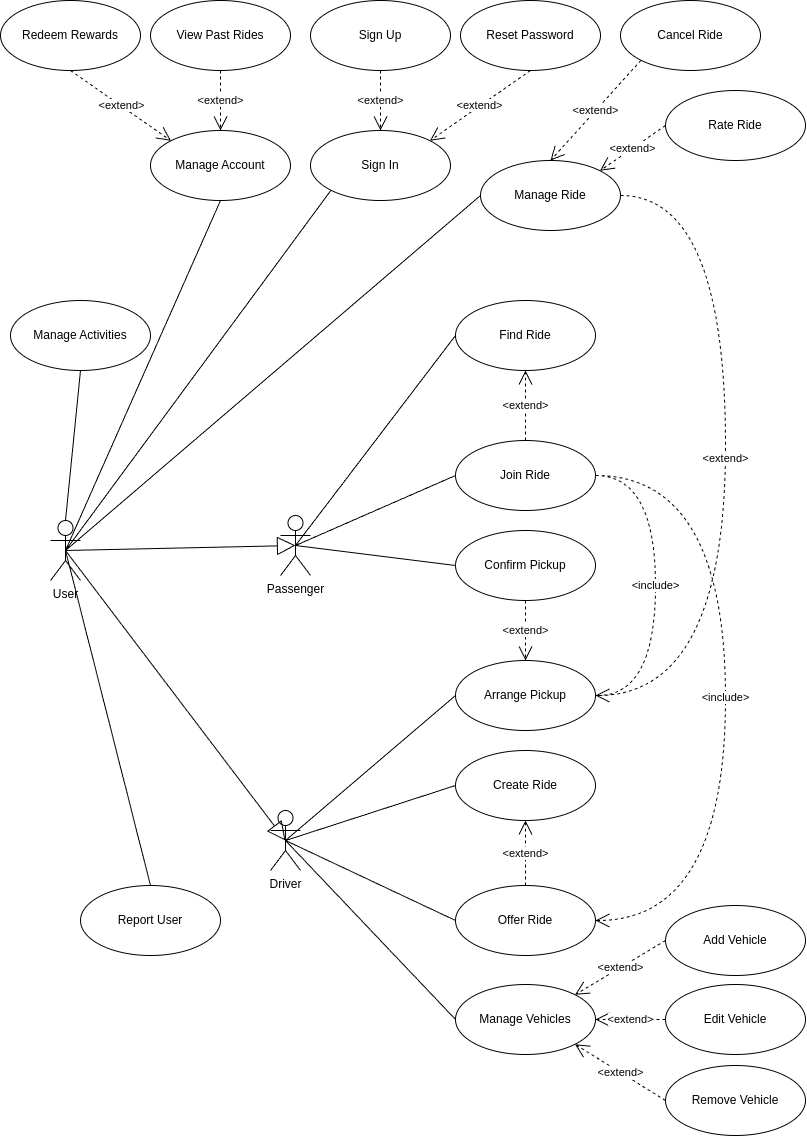
The draw.io diagram TODO/use-cases.drawio.png in YannisRavasopoulos/ProjectSD_S6, before a commit. Source tidied: cells renumbered, new cells last; positions are measured from the earlier drawing's top-left corner, leaving out a move shared by most shapes.
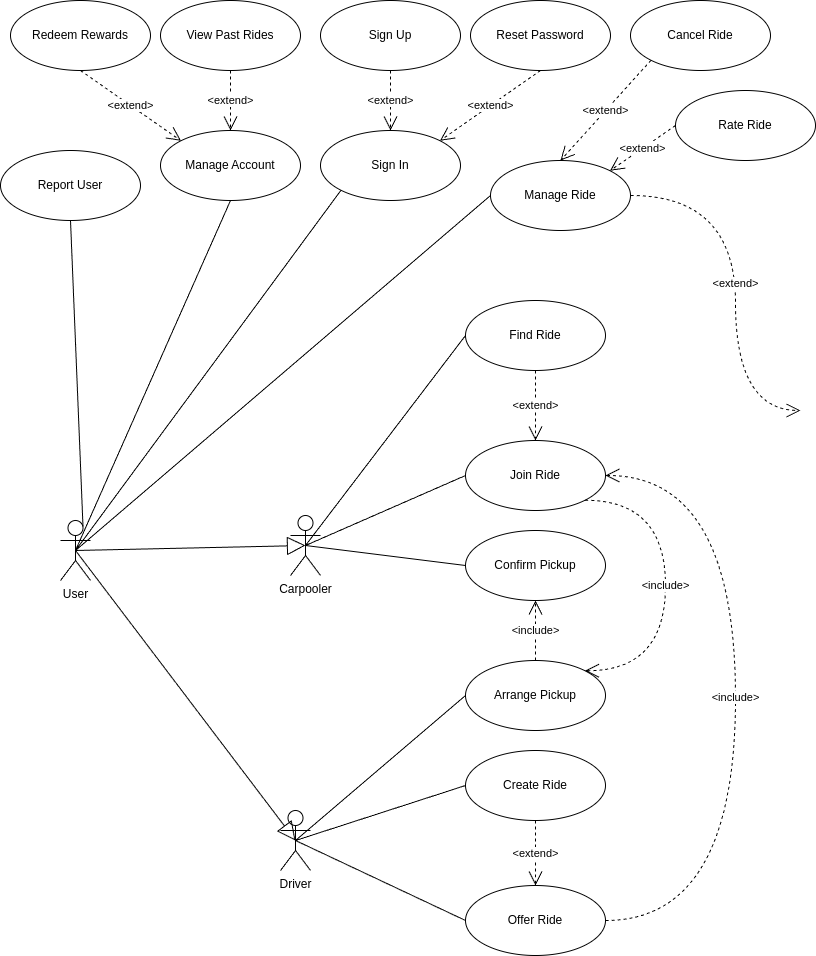
Later version of the same file.

Diff of the diagram source:
```diff
@@ -2,7 +2,7 @@
   <root>
     <mxCell id="0" />
     <mxCell id="1" parent="0" />
-    <mxCell id="2" value="Passenger" style="shape=umlActor;verticalLabelPosition=bottom;verticalAlign=top;html=1;outlineConnect=0;" parent="1" vertex="1">
+    <mxCell id="2" value="Carpooler" style="shape=umlActor;verticalLabelPosition=bottom;verticalAlign=top;html=1;outlineConnect=0;" parent="1" vertex="1">
       <mxGeometry x="280" y="515" width="30" height="60" as="geometry" />
     </mxCell>
     <mxCell id="3" value="Sign In" style="ellipse;whiteSpace=wrap;html=1;" parent="1" vertex="1">
@@ -32,9 +32,6 @@
     <mxCell id="11" value="Offer Ride" style="ellipse;whiteSpace=wrap;html=1;" parent="1" vertex="1">
       <mxGeometry x="455" y="885" width="140" height="70" as="geometry" />
     </mxCell>
-    <mxCell id="12" value="Manage Activities" style="ellipse;whiteSpace=wrap;html=1;" parent="1" vertex="1">
-      <mxGeometry x="10" y="300" width="140" height="70" as="geometry" />
-    </mxCell>
     <mxCell id="13" value="Driver" style="shape=umlActor;verticalLabelPosition=bottom;verticalAlign=top;html=1;outlineConnect=0;" parent="1" vertex="1">
       <mxGeometry x="270" y="810" width="30" height="60" as="geometry" />
     </mxCell>
@@ -68,34 +65,10 @@
     <mxCell id="23" style="endArrow=none;html=1;exitX=0.5;exitY=0.5;exitDx=0;exitDy=0;exitPerimeter=0;entryX=0;entryY=0.5;entryDx=0;entryDy=0;" parent="1" edge="1" source="2" target="35">
       <mxGeometry relative="1" as="geometry" />
     </mxCell>
-    <mxCell id="24" value="&amp;lt;extend&amp;gt;" style="endArrow=open;endSize=12;dashed=1;html=1;entryX=0.5;entryY=1;entryDx=0;entryDy=0;exitX=0.5;exitY=0;exitDx=0;exitDy=0;" parent="1" edge="1" source="35" target="7">
+    <mxCell id="24" value="&amp;lt;extend&amp;gt;" style="endArrow=open;endSize=12;dashed=1;html=1;entryX=0.5;entryY=0;entryDx=0;entryDy=0;exitX=0.5;exitY=1;exitDx=0;exitDy=0;" parent="1" edge="1" source="7" target="35">
       <mxGeometry relative="1" as="geometry" />
     </mxCell>
-    <mxCell id="25" value="Manage Vehicles" style="ellipse;whiteSpace=wrap;html=1;" parent="1" vertex="1">
-      <mxGeometry x="455" y="984" width="140" height="70" as="geometry" />
-    </mxCell>
-    <mxCell id="26" style="endArrow=none;html=1;exitX=0.5;exitY=0.5;exitDx=0;exitDy=0;exitPerimeter=0;entryX=0;entryY=0.5;entryDx=0;entryDy=0;" parent="1" edge="1" source="13" target="25">
-      <mxGeometry relative="1" as="geometry" />
-    </mxCell>
-    <mxCell id="27" value="Add Vehicle" style="ellipse;whiteSpace=wrap;html=1;" parent="1" vertex="1">
-      <mxGeometry x="665" y="905" width="140" height="70" as="geometry" />
-    </mxCell>
-    <mxCell id="28" value="Edit Vehicle" style="ellipse;whiteSpace=wrap;html=1;" parent="1" vertex="1">
-      <mxGeometry x="665" y="984" width="140" height="70" as="geometry" />
-    </mxCell>
-    <mxCell id="29" value="Remove Vehicle" style="ellipse;whiteSpace=wrap;html=1;" parent="1" vertex="1">
-      <mxGeometry x="665" y="1065" width="140" height="70" as="geometry" />
-    </mxCell>
-    <mxCell id="30" value="&amp;lt;extend&amp;gt;" style="endArrow=open;endSize=12;dashed=1;html=1;exitX=0;exitY=0.5;exitDx=0;exitDy=0;entryX=1;entryY=0;entryDx=0;entryDy=0;" parent="1" edge="1" source="27" target="25">
-      <mxGeometry relative="1" as="geometry" />
-    </mxCell>
-    <mxCell id="31" value="&amp;lt;extend&amp;gt;" style="endArrow=open;endSize=12;dashed=1;html=1;exitX=0;exitY=0.5;exitDx=0;exitDy=0;entryX=1;entryY=0.5;entryDx=0;entryDy=0;" parent="1" edge="1" source="28" target="25">
-      <mxGeometry relative="1" as="geometry" />
-    </mxCell>
-    <mxCell id="32" value="&amp;lt;extend&amp;gt;" style="endArrow=open;endSize=12;dashed=1;html=1;exitX=0;exitY=0.5;exitDx=0;exitDy=0;entryX=1;entryY=1;entryDx=0;entryDy=0;" parent="1" edge="1" source="29" target="25">
-      <mxGeometry relative="1" as="geometry" />
-    </mxCell>
-    <mxCell id="33" value="&amp;lt;extend&amp;gt;" style="endArrow=open;endSize=12;dashed=1;html=1;exitX=0.5;exitY=0;exitDx=0;exitDy=0;entryX=0.5;entryY=1;entryDx=0;entryDy=0;" parent="1" edge="1" source="11" target="9">
+    <mxCell id="33" value="&amp;lt;extend&amp;gt;" style="endArrow=open;endSize=12;dashed=1;html=1;entryX=0.5;entryY=0;entryDx=0;entryDy=0;exitX=0.5;exitY=1;exitDx=0;exitDy=0;" parent="1" edge="1" source="9" target="11">
       <mxGeometry relative="1" as="geometry" />
     </mxCell>
     <mxCell id="34" value="&amp;lt;extend&amp;gt;" style="endArrow=open;endSize=12;dashed=1;html=1;exitX=0.5;exitY=1;exitDx=0;exitDy=0;entryX=0;entryY=0;entryDx=0;entryDy=0;" parent="1" edge="1" source="10" target="4">
@@ -104,11 +77,12 @@
     <mxCell id="35" value="Join Ride" style="ellipse;whiteSpace=wrap;html=1;" parent="1" vertex="1">
       <mxGeometry x="455" y="440" width="140" height="70" as="geometry" />
     </mxCell>
-    <mxCell id="36" value="&amp;lt;include&amp;gt;" style="endArrow=open;endSize=12;dashed=1;html=1;entryX=1;entryY=0.5;entryDx=0;entryDy=0;exitX=1;exitY=0.5;exitDx=0;exitDy=0;edgeStyle=orthogonalEdgeStyle;curved=1;" parent="1" edge="1" source="35" target="22">
+    <mxCell id="36" value="&amp;lt;include&amp;gt;" style="endArrow=open;endSize=12;dashed=1;html=1;entryX=1;entryY=0;entryDx=0;entryDy=0;edgeStyle=orthogonalEdgeStyle;curved=1;exitX=1;exitY=1;exitDx=0;exitDy=0;" parent="1" edge="1" source="35" target="22">
       <mxGeometry relative="1" as="geometry">
         <Array as="points">
-          <mxPoint x="655" y="475" />
-          <mxPoint x="655" y="695" />
+          <mxPoint x="655" y="500" />
+          <mxPoint x="655" y="670" />
+          <mxPoint x="575" y="670" />
         </Array>
       </mxGeometry>
     </mxCell>
@@ -121,7 +95,7 @@
     <mxCell id="39" style="endArrow=none;html=1;exitX=0.5;exitY=0.5;exitDx=0;exitDy=0;exitPerimeter=0;entryX=0;entryY=0.5;entryDx=0;entryDy=0;" parent="1" edge="1" source="2" target="38">
       <mxGeometry relative="1" as="geometry" />
     </mxCell>
-    <mxCell id="40" value="&amp;lt;extend&amp;gt;" style="endArrow=open;endSize=12;dashed=1;html=1;exitX=0.5;exitY=1;exitDx=0;exitDy=0;entryX=0.5;entryY=0;entryDx=0;entryDy=0;" parent="1" edge="1" source="38" target="22">
+    <mxCell id="40" value="&amp;lt;include&amp;gt;" style="endArrow=open;endSize=12;dashed=1;html=1;exitX=0.5;exitY=0;exitDx=0;exitDy=0;entryX=0.5;entryY=1;entryDx=0;entryDy=0;" parent="1" edge="1" source="22" target="38">
       <mxGeometry relative="1" as="geometry" />
     </mxCell>
     <mxCell id="41" value="Reset Password" style="ellipse;whiteSpace=wrap;html=1;" parent="1" vertex="1">
@@ -136,11 +110,12 @@
     <mxCell id="44" value="&amp;lt;extend&amp;gt;" style="endArrow=open;endSize=12;dashed=1;html=1;exitX=0.5;exitY=1;exitDx=0;exitDy=0;entryX=1;entryY=0;entryDx=0;entryDy=0;" parent="1" edge="1" source="41" target="3">
       <mxGeometry relative="1" as="geometry" />
     </mxCell>
-    <mxCell id="45" value="&amp;lt;extend&amp;gt;" style="endArrow=open;endSize=12;dashed=1;html=1;exitX=1;exitY=0.5;exitDx=0;exitDy=0;entryX=1;entryY=0.5;entryDx=0;entryDy=0;edgeStyle=orthogonalEdgeStyle;curved=1;" parent="1" edge="1" source="8" target="22">
+    <mxCell id="45" value="&amp;lt;extend&amp;gt;" style="endArrow=open;endSize=12;dashed=1;html=1;exitX=1;exitY=0.5;exitDx=0;exitDy=0;edgeStyle=orthogonalEdgeStyle;curved=1;" parent="1" edge="1" source="8">
       <mxGeometry relative="1" as="geometry">
+        <mxPoint x="790" y="410" as="targetPoint" />
         <Array as="points">
           <mxPoint x="725" y="195" />
-          <mxPoint x="725" y="695" />
+          <mxPoint x="725" y="410" />
         </Array>
       </mxGeometry>
     </mxCell>
@@ -150,11 +125,11 @@
     <mxCell id="47" style="endArrow=block;endSize=16;endFill=0;html=1;entryX=0.5;entryY=0.5;entryDx=0;entryDy=0;entryPerimeter=0;exitX=0.5;exitY=0.5;exitDx=0;exitDy=0;exitPerimeter=0;" parent="1" edge="1" source="14" target="2">
       <mxGeometry relative="1" as="geometry" />
     </mxCell>
-    <mxCell id="48" value="&amp;lt;include&amp;gt;" style="endArrow=open;endSize=12;dashed=1;html=1;entryX=1;entryY=0.5;entryDx=0;entryDy=0;edgeStyle=orthogonalEdgeStyle;curved=1;exitX=1;exitY=0.5;exitDx=0;exitDy=0;" parent="1" edge="1" source="35" target="11">
+    <mxCell id="48" value="&amp;lt;include&amp;gt;" style="endArrow=open;endSize=12;dashed=1;html=1;edgeStyle=orthogonalEdgeStyle;curved=1;exitX=1;exitY=0.5;exitDx=0;exitDy=0;entryX=1;entryY=0.5;entryDx=0;entryDy=0;" parent="1" edge="1" source="11" target="35">
       <mxGeometry relative="1" as="geometry">
         <Array as="points">
+          <mxPoint x="725" y="920" />
           <mxPoint x="725" y="475" />
-          <mxPoint x="725" y="920" />
         </Array>
       </mxGeometry>
     </mxCell>
@@ -167,14 +142,13 @@
     <mxCell id="51" style="endArrow=none;html=1;exitX=0.5;exitY=0.5;exitDx=0;exitDy=0;exitPerimeter=0;entryX=0.5;entryY=1;entryDx=0;entryDy=0;" parent="1" edge="1" source="14" target="4">
       <mxGeometry relative="1" as="geometry" />
     </mxCell>
-    <mxCell id="52" style="endArrow=none;html=1;exitX=0.5;exitY=1;exitDx=0;exitDy=0;entryX=0.5;entryY=0;entryDx=0;entryDy=0;entryPerimeter=0;" parent="1" edge="1" source="12" target="14">
-      <mxGeometry relative="1" as="geometry" />
-    </mxCell>
     <mxCell id="53" value="Report User" style="ellipse;whiteSpace=wrap;html=1;" parent="1" vertex="1">
-      <mxGeometry x="80" y="885" width="140" height="70" as="geometry" />
+      <mxGeometry x="-10" y="150" width="140" height="70" as="geometry" />
     </mxCell>
-    <mxCell id="54" style="endArrow=none;html=1;exitX=0.5;exitY=0.5;exitDx=0;exitDy=0;exitPerimeter=0;entryX=0.5;entryY=0;entryDx=0;entryDy=0;" parent="1" edge="1" source="14" target="53">
-      <mxGeometry relative="1" as="geometry" />
+    <mxCell id="54" style="endArrow=none;html=1;exitX=0.75;exitY=0.1;exitDx=0;exitDy=0;exitPerimeter=0;" parent="1" edge="1" source="14">
+      <mxGeometry relative="1" as="geometry">
+        <mxPoint x="60" y="220" as="targetPoint" />
+      </mxGeometry>
     </mxCell>
   </root>
 </mxGraphModel>
```
